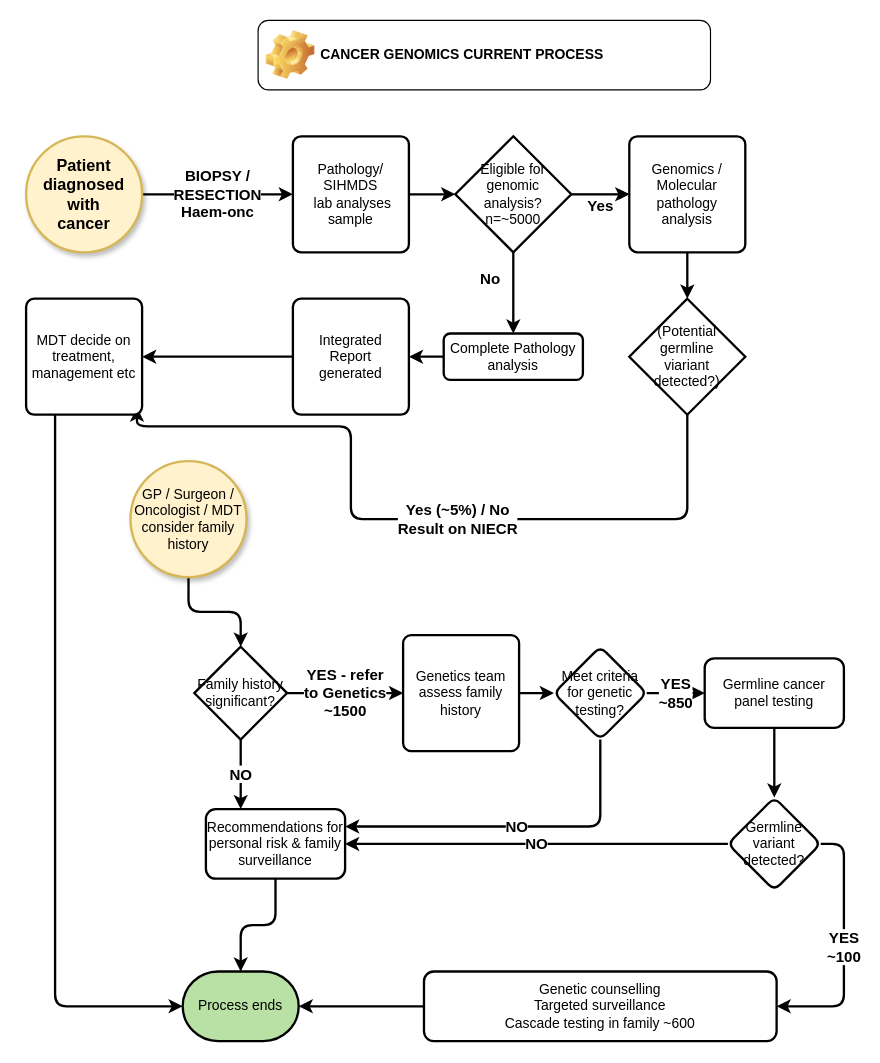
mckeelab/cancerflow keeps this draw.io diagram as BasicCancerFlow.drawio. Above is the earlier version. Source tidied: cells renumbered, new cells numbered last; positions are measured from the earlier drawing's top-left corner, leaving out a move shared by most shapes. Both pictures are drawn from the tidied source at 116%, with x=0, y=0 at pixel (26, 20).
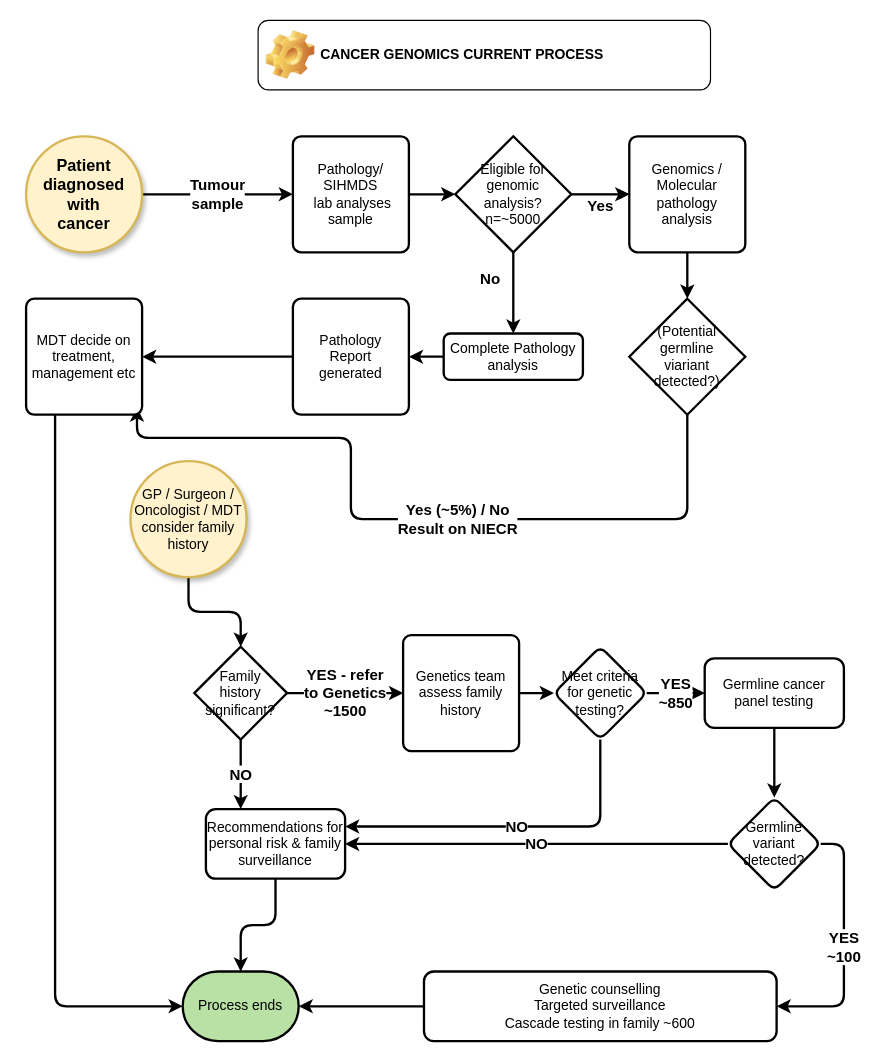
The same page after the edit.

Unchanged cells that the change refers to:
```xml
<mxCell id="7" value="Pathology/&lt;br&gt;SIHMDS&lt;br&gt;&amp;nbsp;lab analyses sample" style="rounded=1;whiteSpace=wrap;html=1;absoluteArcSize=1;arcSize=14;strokeWidth=2;" parent="1" vertex="1">
  <mxGeometry x="230" y="100" width="100" height="100" as="geometry" />
</mxCell>
<mxCell id="14" value="(Potential &lt;br&gt;germline &lt;br&gt;viariant &lt;br&gt;detected?)" style="strokeWidth=2;html=1;shape=mxgraph.flowchart.decision;whiteSpace=wrap;rounded=1;arcSize=14;" parent="1" vertex="1">
  <mxGeometry x="520" y="240" width="100" height="100" as="geometry" />
</mxCell>
<mxCell id="18" value="MDT decide on treatment, management etc" style="rounded=1;whiteSpace=wrap;html=1;absoluteArcSize=1;arcSize=14;strokeWidth=2;" parent="1" vertex="1">
  <mxGeometry y="240" width="100" height="100" as="geometry" />
</mxCell>
<mxCell id="19" value="Patient &lt;br style=&quot;font-size: 14px;&quot;&gt;diagnosed with &lt;br style=&quot;font-size: 14px;&quot;&gt;cancer" style="strokeWidth=2;html=1;shape=mxgraph.flowchart.start_2;whiteSpace=wrap;fillColor=#fff2cc;strokeColor=#d6b656;shadow=1;fontSize=14;fontStyle=1;" parent="1" vertex="1">
  <mxGeometry y="100" width="100" height="100" as="geometry" />
</mxCell>
```

Change to the diagram source:
```diff
@@
-    <mxCell id="2" value="BIOPSY / &lt;br&gt;RESECTION&lt;br&gt;Haem-onc" style="edgeStyle=orthogonalEdgeStyle;rounded=1;jettySize=auto;html=1;exitX=0;exitY=0.5;exitDx=0;exitDy=0;entryX=1;entryY=0.5;entryDx=0;entryDy=0;endArrow=none;fontSize=13;startArrow=classic;startFill=1;endFill=0;fontStyle=1;strokeWidth=2;entryPerimeter=0;" parent="1" edge="1" source="7" target="19">
+    <mxCell id="2" value="Tumour&lt;br&gt;sample" style="edgeStyle=orthogonalEdgeStyle;rounded=1;jettySize=auto;html=1;exitX=0;exitY=0.5;exitDx=0;exitDy=0;entryX=1;entryY=0.5;entryDx=0;entryDy=0;endArrow=none;fontSize=13;startArrow=classic;startFill=1;endFill=0;fontStyle=1;strokeWidth=2;entryPerimeter=0;" parent="1" edge="1" source="7" target="19">
       <mxGeometry relative="1" as="geometry" />
     </mxCell>
@@
     <mxCell id="13" value="Yes (~5%)&amp;nbsp;/ No&lt;br&gt;Result on NIECR" style="edgeStyle=orthogonalEdgeStyle;rounded=1;jettySize=auto;html=1;entryX=0.908;entryY=0.562;entryDx=0;entryDy=0;exitX=0.956;exitY=0.938;exitDx=0;exitDy=0;endArrow=none;fontSize=13;startArrow=classic;startFill=1;endFill=0;fontStyle=1;strokeWidth=2;entryPerimeter=0;exitPerimeter=0;" parent="1" edge="1" source="18" target="14">
       <mxGeometry relative="1" as="geometry">
         <Array as="points">
-          <mxPoint x="96" y="350" />
-          <mxPoint x="280" y="350" />
+          <mxPoint x="96" y="360" />
+          <mxPoint x="280" y="360" />
           <mxPoint x="280" y="430" />
           <mxPoint x="570" y="430" />
           <mxPoint x="570" y="296" />
         </Array>
       </mxGeometry>
     </mxCell>
@@
-    <mxCell id="16" value="Integrated &lt;br&gt;Report &lt;br&gt;generated" style="rounded=1;whiteSpace=wrap;html=1;absoluteArcSize=1;arcSize=14;strokeWidth=2;" parent="1" vertex="1">
+    <mxCell id="16" value="Pathology&lt;br&gt;Report &lt;br&gt;generated" style="rounded=1;whiteSpace=wrap;html=1;absoluteArcSize=1;arcSize=14;strokeWidth=2;" parent="1" vertex="1">
       <mxGeometry x="230" y="240" width="100" height="100" as="geometry" />
     </mxCell>
@@
-    <mxCell id="24" value="Family history significant?" style="rhombus;whiteSpace=wrap;html=1;strokeWidth=2;" parent="1" vertex="1">
+    <mxCell id="24" value="Family &lt;br&gt;history significant?" style="rhombus;whiteSpace=wrap;html=1;strokeWidth=2;" parent="1" vertex="1">
       <mxGeometry x="145" y="540" width="80" height="80" as="geometry" />
     </mxCell>
```
